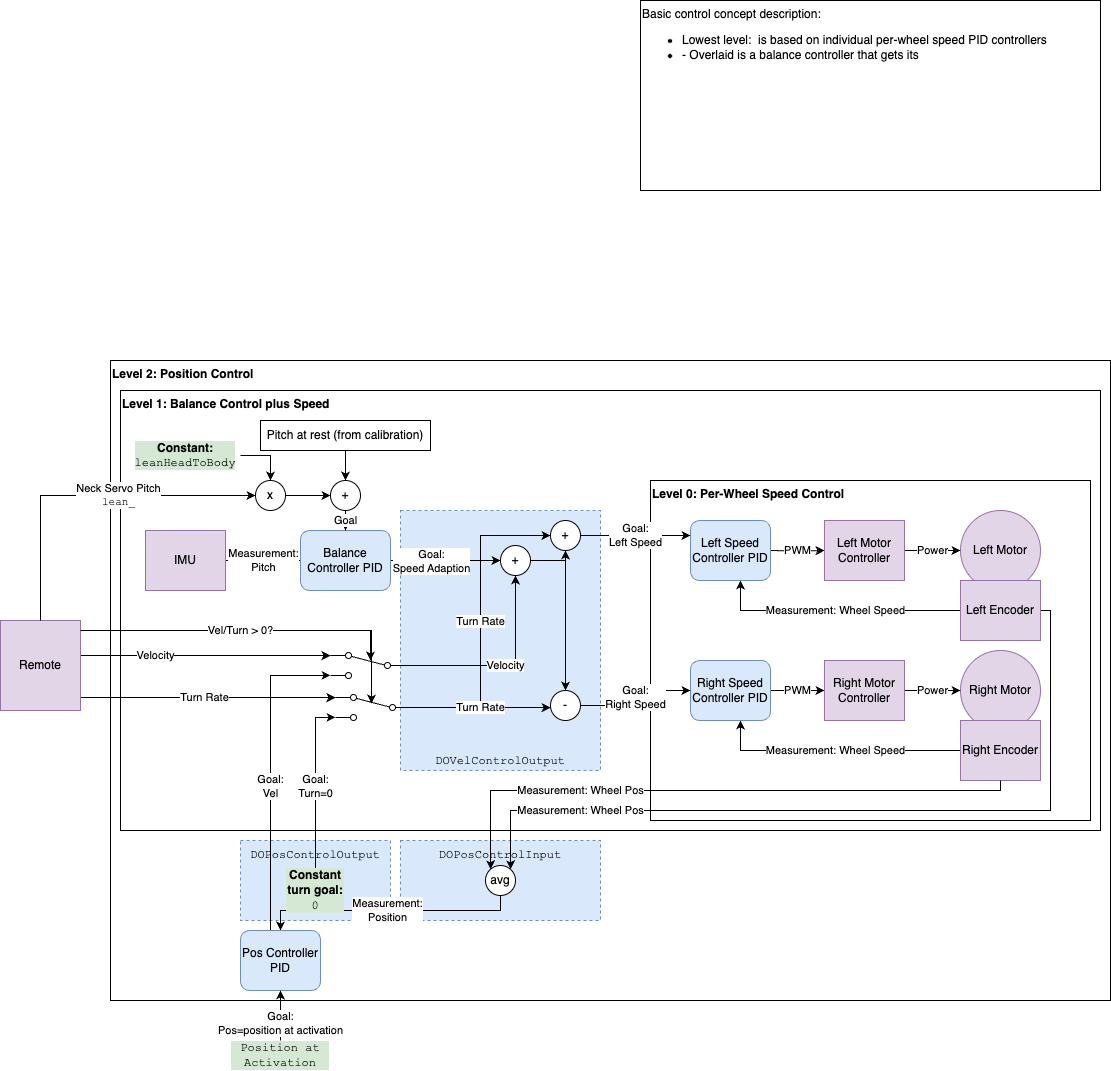
Earlier version of the draw.io export Documentation/D-O/D-O Drive Control.png (bjoerngiesler/BBDroids). Source tidied: cells renumbered, new cells last; positions are measured from the earlier drawing's top-left corner, leaving out a move shared by most shapes.
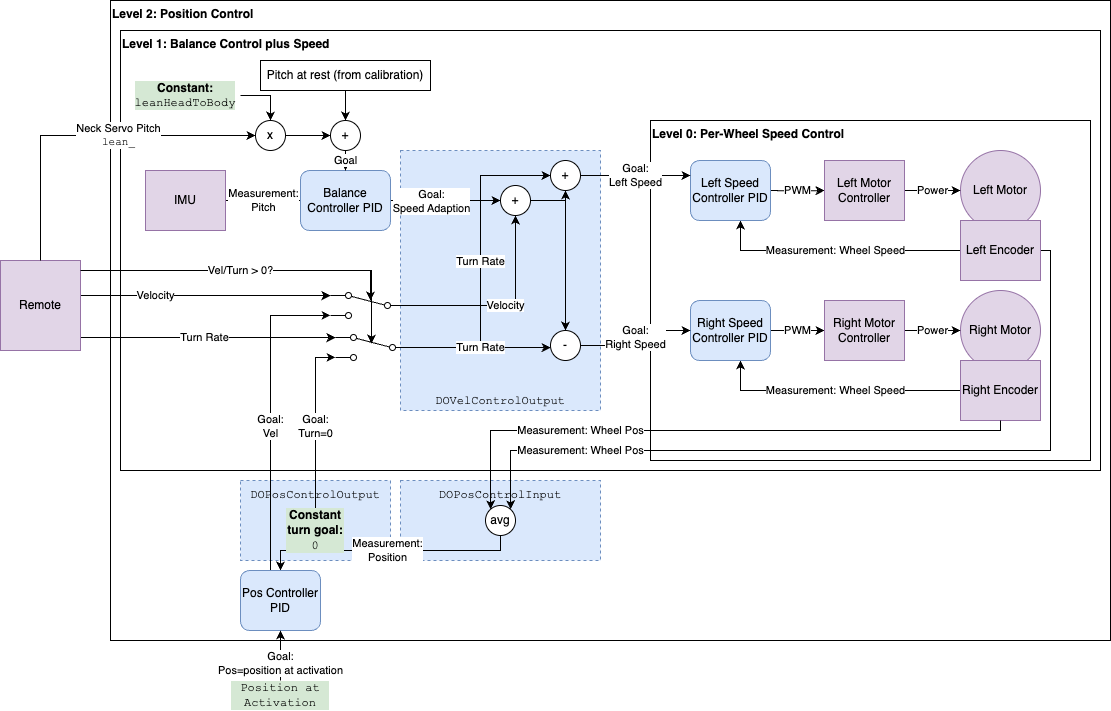
The same diagram one commit later.

Change to the diagram source:
```diff
@@ -243,9 +243,6 @@
         </Array>
       </mxGeometry>
     </mxCell>
-    <mxCell id="61" value="Basic control concept description:&lt;div&gt;&lt;ul&gt;&lt;li&gt;Lowest level:&amp;nbsp; is based on individual per-wheel speed PID controllers&lt;/li&gt;&lt;li&gt;- Overlaid is a balance controller that gets its&lt;/li&gt;&lt;/ul&gt;&lt;/div&gt;" style="rounded=0;whiteSpace=wrap;html=1;align=left;verticalAlign=top;" parent="1" vertex="1">
-      <mxGeometry x="640" width="460" height="190" as="geometry" />
-    </mxCell>
     <mxCell id="62" style="edgeStyle=orthogonalEdgeStyle;rounded=0;jettySize=auto;html=1;entryX=0.52;entryY=0.346;entryDx=0;entryDy=0;entryPerimeter=0;" parent="1" edge="1" source="34" target="56">
       <mxGeometry x="-0.55" relative="1" as="geometry">
         <Array as="points">
```
